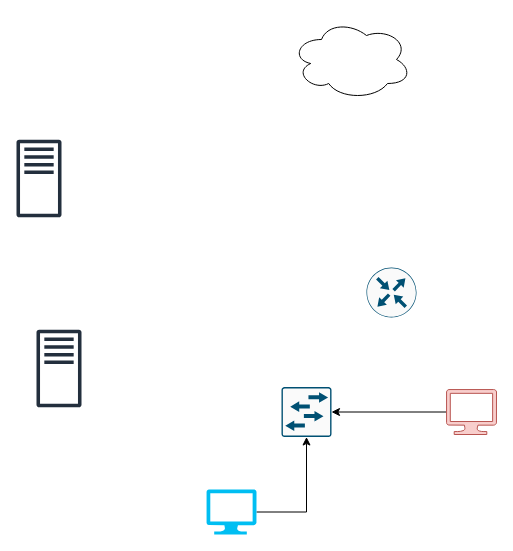
Above: Untitled Diagram.drawio in tedwards45/Active-Directory-Lab (draw.io), before the change. Source tidied: cells renumbered, new cells numbered last; positions are measured from the earlier drawing's top-left corner, leaving out a move shared by most shapes. Both pictures are drawn from the tidied source at 100%, with x=0, y=0 at pixel (16, 19).
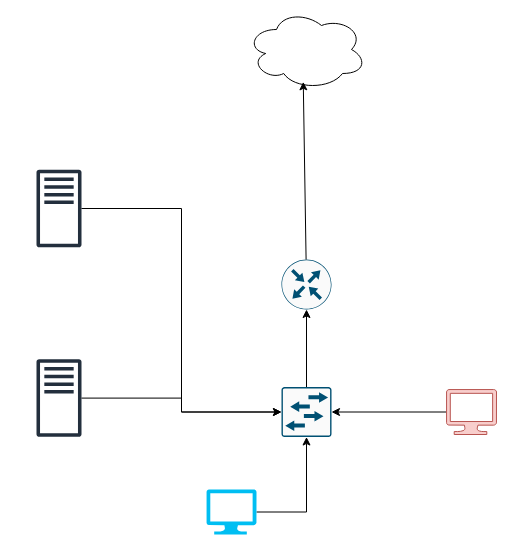
Above is the later version.

The edit, as a diff of the source:
```diff
@@
 <mxGraphModel>
   <root>
     <mxCell id="0" />
     <mxCell id="1" parent="0" />
     <mxCell id="2" style="sketch=0;outlineConnect=0;fontColor=#232F3E;gradientColor=none;fillColor=#232F3D;strokeColor=none;dashed=0;verticalLabelPosition=bottom;verticalAlign=top;align=center;html=1;fontSize=12;fontStyle=0;shape=mxgraph.aws4.traditional_server;" parent="1" vertex="1">
-      <mxGeometry x="20" y="310" width="45" height="78" as="geometry" />
+      <mxGeometry x="20" y="339.5" width="45" height="78" as="geometry" />
     </mxCell>
     <mxCell id="3" style="sketch=0;outlineConnect=0;fontColor=#232F3E;gradientColor=none;fillColor=#232F3D;strokeColor=none;dashed=0;verticalLabelPosition=bottom;verticalAlign=top;align=center;html=1;fontSize=12;fontStyle=0;shape=mxgraph.aws4.traditional_server;" parent="1" vertex="1">
-      <mxGeometry y="120" width="45" height="78" as="geometry" />
+      <mxGeometry x="20" y="150" width="45" height="78" as="geometry" />
     </mxCell>
     <mxCell id="4" style="edgeStyle=orthogonalEdgeStyle;rounded=0;jettySize=auto;html=1;" parent="1" edge="1" source="5" target="8">
       <mxGeometry relative="1" as="geometry" />
     </mxCell>
     <mxCell id="5" style="verticalLabelPosition=bottom;html=1;verticalAlign=top;align=center;strokeColor=none;fillColor=#00BEF2;shape=mxgraph.azure.computer;" parent="1" vertex="1">
       <mxGeometry x="190" y="470" width="50" height="45" as="geometry" />
     </mxCell>
     <mxCell id="6" style="edgeStyle=orthogonalEdgeStyle;rounded=0;jettySize=auto;html=1;" parent="1" edge="1" source="7" target="8">
       <mxGeometry relative="1" as="geometry" />
     </mxCell>
     <mxCell id="7" style="verticalLabelPosition=bottom;html=1;verticalAlign=top;align=center;strokeColor=#b85450;fillColor=#f8cecc;shape=mxgraph.azure.computer;" parent="1" vertex="1">
       <mxGeometry x="430" y="370" width="50" height="45" as="geometry" />
     </mxCell>
+    <mxCell id="11" style="edgeStyle=orthogonalEdgeStyle;rounded=0;jettySize=auto;html=1;" parent="1" edge="1" source="8" target="9">
+      <mxGeometry relative="1" as="geometry" />
+    </mxCell>
     <mxCell id="8" style="sketch=0;points=[[0.015,0.015,0],[0.985,0.015,0],[0.985,0.985,0],[0.015,0.985,0],[0.25,0,0],[0.5,0,0],[0.75,0,0],[1,0.25,0],[1,0.5,0],[1,0.75,0],[0.75,1,0],[0.5,1,0],[0.25,1,0],[0,0.75,0],[0,0.5,0],[0,0.25,0]];verticalLabelPosition=bottom;html=1;verticalAlign=top;align=center;shape=mxgraph.cisco19.rect;prIcon=l2_switch;fillColor=#FAFAFA;strokeColor=#005073;" parent="1" vertex="1">
       <mxGeometry x="265" y="367.5" width="50" height="50" as="geometry" />
     </mxCell>
     <mxCell id="9" style="sketch=0;points=[[0.5,0,0],[1,0.5,0],[0.5,1,0],[0,0.5,0],[0.145,0.145,0],[0.8555,0.145,0],[0.855,0.8555,0],[0.145,0.855,0]];verticalLabelPosition=bottom;html=1;verticalAlign=top;align=center;shape=mxgraph.cisco19.rect;prIcon=router;fillColor=#FAFAFA;strokeColor=#005073;" parent="1" vertex="1">
-      <mxGeometry x="350" y="248" width="50" height="50" as="geometry" />
+      <mxGeometry x="265" y="240" width="50" height="50" as="geometry" />
     </mxCell>
     <mxCell id="10" style="ellipse;shape=cloud;whiteSpace=wrap;html=1;" parent="1" vertex="1">
-      <mxGeometry x="275" width="120" height="80" as="geometry" />
+      <mxGeometry x="230" y="-10" width="120" height="80" as="geometry" />
     </mxCell>
+    <mxCell id="12" style="rounded=0;jettySize=auto;html=1;entryX=0.473;entryY=0.904;entryDx=0;entryDy=0;entryPerimeter=0;" parent="1" edge="1" source="9" target="10">
+      <mxGeometry relative="1" as="geometry" />
+    </mxCell>
+    <mxCell id="13" style="edgeStyle=orthogonalEdgeStyle;rounded=0;jettySize=auto;html=1;entryX=0;entryY=0.5;entryDx=0;entryDy=0;entryPerimeter=0;" parent="1" edge="1" source="3" target="8">
+      <mxGeometry relative="1" as="geometry" />
+    </mxCell>
+    <mxCell id="14" style="edgeStyle=orthogonalEdgeStyle;rounded=0;jettySize=auto;html=1;entryX=0;entryY=0.5;entryDx=0;entryDy=0;entryPerimeter=0;" parent="1" edge="1" source="2" target="8">
+      <mxGeometry relative="1" as="geometry" />
+    </mxCell>
   </root>
 </mxGraphModel>
```
